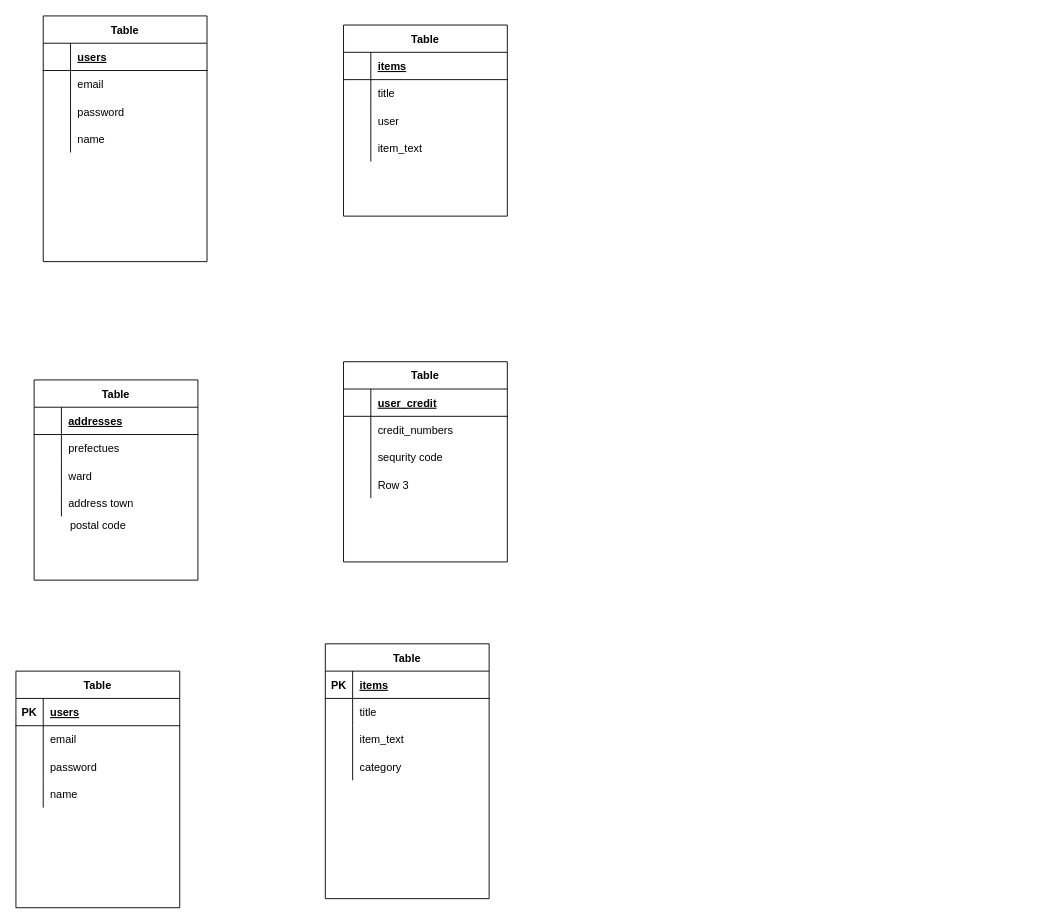
The draw.io diagram test.dio in maepu/furima-36376, before the edit. Source tidied: cells renumbered, new cells numbered last; positions are measured from the earlier drawing's top-left corner, leaving out a move shared by most shapes. Both pictures are drawn from the tidied source at 91%, with x=0, y=0 at pixel (15, 15).
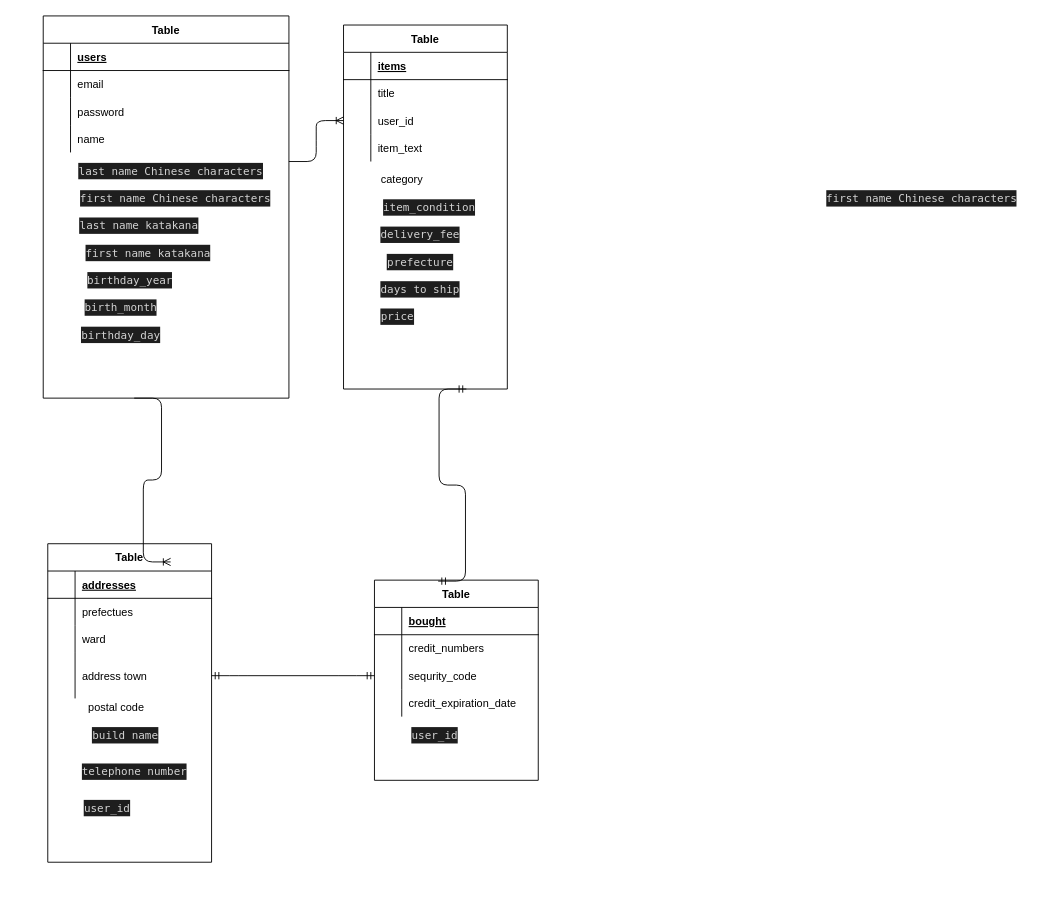
After the change.

The change refers to these unchanged cells:
```xml
<mxCell id="22" style="shape=partialRectangle;fillColor=none;top=0;left=0;bottom=0;right=0;points=[[0,0.5],[1,0.5]];portConstraint=eastwest;" parent="15" vertex="1">
  <mxGeometry y="90" width="180" height="30" as="geometry" />
</mxCell>
<mxCell id="42" style="shape=partialRectangle;fillColor=none;top=0;left=0;bottom=1;right=0;" parent="41" vertex="1">
  <mxGeometry y="30" width="180" height="30" as="geometry" />
</mxCell>
<mxCell id="48" style="shape=partialRectangle;fillColor=none;top=0;left=0;bottom=0;right=0;points=[[0,0.5],[1,0.5]];portConstraint=eastwest;" parent="41" vertex="1">
  <mxGeometry y="90" width="180" height="30" as="geometry" />
</mxCell>
<mxCell id="51" style="shape=partialRectangle;fillColor=none;top=0;left=0;bottom=0;right=0;" parent="41" vertex="1">
  <mxGeometry y="120" width="180" height="30" as="geometry" />
</mxCell>
```

The edit, as a diff of the source:
```diff
@@
     <mxCell id="2" value="Table" style="shape=table;startSize=30;childLayout=tableLayout;rowLines=0;fontStyle=1;align=center;" parent="1" vertex="1">
-      <mxGeometry x="30" width="180" height="270" as="geometry" />
+      <mxGeometry x="30" width="270" height="420" as="geometry" />
     </mxCell>
     <mxCell id="3" style="shape=partialRectangle;fillColor=none;top=0;left=0;bottom=1;right=0;" parent="2" vertex="1">
-      <mxGeometry y="30" width="180" height="30" as="geometry" />
+      <mxGeometry y="30" width="270" height="30" as="geometry" />
     </mxCell>
@@
     <mxCell id="5" value="users" style="shape=partialRectangle;fillColor=none;top=0;left=0;bottom=0;right=0;align=left;spacingLeft=6;fontStyle=5;overflow=hidden;" parent="3" vertex="1">
-      <mxGeometry x="30" width="150" height="30" as="geometry" />
+      <mxGeometry x="30" width="240" height="30" as="geometry" />
     </mxCell>
     <mxCell id="6" style="shape=partialRectangle;fillColor=none;top=0;left=0;bottom=0;right=0;" parent="2" vertex="1">
-      <mxGeometry y="60" width="180" height="30" as="geometry" />
+      <mxGeometry y="60" width="270" height="30" as="geometry" />
     </mxCell>
@@
     <mxCell id="8" value="email" style="shape=partialRectangle;fillColor=none;top=0;left=0;bottom=0;right=0;align=left;spacingLeft=6;overflow=hidden;" parent="6" vertex="1">
-      <mxGeometry x="30" width="150" height="30" as="geometry" />
+      <mxGeometry x="30" width="240" height="30" as="geometry" />
     </mxCell>
     <mxCell id="9" style="shape=partialRectangle;fillColor=none;top=0;left=0;bottom=0;right=0;" parent="2" vertex="1">
-      <mxGeometry y="90" width="180" height="30" as="geometry" />
+      <mxGeometry y="90" width="270" height="30" as="geometry" />
     </mxCell>
@@
     <mxCell id="11" value="password" style="shape=partialRectangle;fillColor=none;top=0;left=0;bottom=0;right=0;align=left;spacingLeft=6;overflow=hidden;" parent="9" vertex="1">
-      <mxGeometry x="30" width="150" height="30" as="geometry" />
+      <mxGeometry x="30" width="240" height="30" as="geometry" />
     </mxCell>
     <mxCell id="12" style="shape=partialRectangle;fillColor=none;top=0;left=0;bottom=0;right=0;" parent="2" vertex="1">
-      <mxGeometry y="120" width="180" height="30" as="geometry" />
+      <mxGeometry y="120" width="270" height="30" as="geometry" />
     </mxCell>
@@
     <mxCell id="14" value="name" style="shape=partialRectangle;fillColor=none;top=0;left=0;bottom=0;right=0;align=left;spacingLeft=6;overflow=hidden;" parent="12" vertex="1">
-      <mxGeometry x="30" width="150" height="30" as="geometry" />
+      <mxGeometry x="30" width="240" height="30" as="geometry" />
     </mxCell>
     <mxCell id="15" value="Table" style="shape=table;startSize=30;childLayout=tableLayout;rowLines=0;fontStyle=1;align=center;" parent="1" vertex="1">
-      <mxGeometry x="360" y="10" width="180" height="210" as="geometry" />
+      <mxGeometry x="360" y="10" width="180" height="400" as="geometry" />
     </mxCell>
@@
-    <mxCell id="24" value="user" style="shape=partialRectangle;fillColor=none;top=0;left=0;bottom=0;right=0;align=left;spacingLeft=6;overflow=hidden;" parent="22" vertex="1">
+    <mxCell id="24" value="user_id" style="shape=partialRectangle;fillColor=none;top=0;left=0;bottom=0;right=0;align=left;spacingLeft=6;overflow=hidden;" parent="22" vertex="1">
       <mxGeometry x="30" width="150" height="30" as="geometry" />
     </mxCell>
@@
     <mxCell id="28" value="Table" style="shape=table;startSize=30;childLayout=tableLayout;rowLines=0;fontStyle=1;align=center;" parent="1" vertex="1">
-      <mxGeometry x="20" y="400" width="180" height="220" as="geometry" />
+      <mxGeometry x="35" y="580" width="180" height="350" as="geometry" />
     </mxCell>
@@
     <mxCell id="38" style="shape=partialRectangle;fillColor=none;top=0;left=0;bottom=0;right=0;points=[[0,0.5],[1,0.5]];portConstraint=eastwest;" parent="28" vertex="1">
-      <mxGeometry y="120" width="180" height="30" as="geometry" />
+      <mxGeometry y="120" width="180" height="50" as="geometry" />
     </mxCell>
     <mxCell id="39" style="shape=partialRectangle;fillColor=none;top=0;left=0;bottom=0;right=0;overflow=hidden;" parent="38" vertex="1">
-      <mxGeometry width="30" height="30" as="geometry" />
+      <mxGeometry width="30" height="50" as="geometry" />
     </mxCell>
     <mxCell id="40" value="address town" style="shape=partialRectangle;fillColor=none;top=0;left=0;bottom=0;right=0;align=left;spacingLeft=6;overflow=hidden;" parent="38" vertex="1">
-      <mxGeometry x="30" width="150" height="30" as="geometry" />
+      <mxGeometry x="30" width="150" height="50" as="geometry" />
     </mxCell>
     <mxCell id="41" value="Table" style="shape=table;startSize=30;childLayout=tableLayout;rowLines=0;fontStyle=1;align=center;" parent="1" vertex="1">
-      <mxGeometry x="360" y="380" width="180" height="220" as="geometry" />
+      <mxGeometry x="394" y="620" width="180" height="220" as="geometry" />
     </mxCell>
@@
-    <mxCell id="44" value="user_credit" style="shape=partialRectangle;fillColor=none;top=0;left=0;bottom=0;right=0;align=left;spacingLeft=6;fontStyle=5;overflow=hidden;" parent="42" vertex="1">
+    <mxCell id="44" value="bought" style="shape=partialRectangle;fillColor=none;top=0;left=0;bottom=0;right=0;align=left;spacingLeft=6;fontStyle=5;overflow=hidden;" parent="42" vertex="1">
       <mxGeometry x="30" width="150" height="30" as="geometry" />
     </mxCell>
@@
-    <mxCell id="50" value="sequrity code" style="shape=partialRectangle;fillColor=none;top=0;left=0;bottom=0;right=0;align=left;spacingLeft=6;overflow=hidden;" parent="48" vertex="1">
+    <mxCell id="50" value="sequrity_code" style="shape=partialRectangle;fillColor=none;top=0;left=0;bottom=0;right=0;align=left;spacingLeft=6;overflow=hidden;" parent="48" vertex="1">
       <mxGeometry x="30" width="150" height="30" as="geometry" />
     </mxCell>
@@
-    <mxCell id="53" value="Row 3" style="shape=partialRectangle;fillColor=none;top=0;left=0;bottom=0;right=0;align=left;spacingLeft=6;overflow=hidden;" parent="51" vertex="1">
+    <mxCell id="53" value="credit_expiration_date" style="shape=partialRectangle;fillColor=none;top=0;left=0;bottom=0;right=0;align=left;spacingLeft=6;overflow=hidden;" parent="51" vertex="1">
       <mxGeometry x="30" width="150" height="30" as="geometry" />
     </mxCell>
     <mxCell id="54" value="postal code&lt;br&gt;" style="text;html=1;align=center;verticalAlign=middle;strokeColor=none;" parent="1" vertex="1">
-      <mxGeometry x="50" y="550" width="80" height="20" as="geometry" />
+      <mxGeometry x="70" y="750" width="80" height="20" as="geometry" />
     </mxCell>
-    <mxCell id="55" value="Table" style="shape=table;startSize=30;childLayout=tableLayout;rowLines=0;fontStyle=1;align=center;" parent="1" vertex="1">
-      <mxGeometry y="720" width="180" height="260" as="geometry" />
-    </mxCell>
-    <mxCell id="56" style="shape=partialRectangle;fillColor=none;top=0;left=0;bottom=1;right=0;" parent="55" vertex="1">
-      <mxGeometry y="30" width="180" height="30" as="geometry" />
-    </mxCell>
-    <mxCell id="57" value="PK" style="shape=partialRectangle;fillColor=none;top=0;left=0;bottom=0;right=0;fontStyle=1;overflow=hidden;" parent="56" vertex="1">
-      <mxGeometry width="30" height="30" as="geometry" />
-    </mxCell>
-    <mxCell id="58" value="users" style="shape=partialRectangle;fillColor=none;top=0;left=0;bottom=0;right=0;align=left;spacingLeft=6;fontStyle=5;overflow=hidden;" parent="56" vertex="1">
-      <mxGeometry x="30" width="150" height="30" as="geometry" />
-    </mxCell>
-    <mxCell id="59" style="shape=partialRectangle;fillColor=none;top=0;left=0;bottom=0;right=0;" parent="55" vertex="1">
-      <mxGeometry y="60" width="180" height="30" as="geometry" />
-    </mxCell>
-    <mxCell id="60" style="shape=partialRectangle;fillColor=none;top=0;left=0;bottom=0;right=0;overflow=hidden;" parent="59" vertex="1">
-      <mxGeometry width="30" height="30" as="geometry" />
-    </mxCell>
-    <mxCell id="61" value="email" style="shape=partialRectangle;fillColor=none;top=0;left=0;bottom=0;right=0;align=left;spacingLeft=6;overflow=hidden;" parent="59" vertex="1">
-      <mxGeometry x="30" width="150" height="30" as="geometry" />
-    </mxCell>
-    <mxCell id="62" style="shape=partialRectangle;fillColor=none;top=0;left=0;bottom=0;right=0;" parent="55" vertex="1">
-      <mxGeometry y="90" width="180" height="30" as="geometry" />
-    </mxCell>
-    <mxCell id="63" style="shape=partialRectangle;fillColor=none;top=0;left=0;bottom=0;right=0;overflow=hidden;" parent="62" vertex="1">
-      <mxGeometry width="30" height="30" as="geometry" />
-    </mxCell>
-    <mxCell id="64" value="password" style="shape=partialRectangle;fillColor=none;top=0;left=0;bottom=0;right=0;align=left;spacingLeft=6;overflow=hidden;" parent="62" vertex="1">
-      <mxGeometry x="30" width="150" height="30" as="geometry" />
-    </mxCell>
-    <mxCell id="65" style="shape=partialRectangle;fillColor=none;top=0;left=0;bottom=0;right=0;" parent="55" vertex="1">
-      <mxGeometry y="120" width="180" height="30" as="geometry" />
-    </mxCell>
-    <mxCell id="66" style="shape=partialRectangle;fillColor=none;top=0;left=0;bottom=0;right=0;overflow=hidden;" parent="65" vertex="1">
-      <mxGeometry width="30" height="30" as="geometry" />
-    </mxCell>
-    <mxCell id="67" value="name" style="shape=partialRectangle;fillColor=none;top=0;left=0;bottom=0;right=0;align=left;spacingLeft=6;overflow=hidden;" parent="65" vertex="1">
-      <mxGeometry x="30" width="150" height="30" as="geometry" />
-    </mxCell>
-    <mxCell id="68" value="Table" style="shape=table;startSize=30;childLayout=tableLayout;rowLines=0;fontStyle=1;align=center;" parent="1" vertex="1">
-      <mxGeometry x="340" y="690" width="180" height="280" as="geometry" />
-    </mxCell>
-    <mxCell id="69" style="shape=partialRectangle;fillColor=none;top=0;left=0;bottom=1;right=0;" parent="68" vertex="1">
-      <mxGeometry y="30" width="180" height="30" as="geometry" />
-    </mxCell>
-    <mxCell id="70" value="PK" style="shape=partialRectangle;fillColor=none;top=0;left=0;bottom=0;right=0;fontStyle=1;overflow=hidden;" parent="69" vertex="1">
-      <mxGeometry width="30" height="30" as="geometry" />
-    </mxCell>
-    <mxCell id="71" value="items" style="shape=partialRectangle;fillColor=none;top=0;left=0;bottom=0;right=0;align=left;spacingLeft=6;fontStyle=5;overflow=hidden;" parent="69" vertex="1">
-      <mxGeometry x="30" width="150" height="30" as="geometry" />
-    </mxCell>
-    <mxCell id="72" style="shape=partialRectangle;fillColor=none;top=0;left=0;bottom=0;right=0;" parent="68" vertex="1">
-      <mxGeometry y="60" width="180" height="30" as="geometry" />
-    </mxCell>
-    <mxCell id="73" style="shape=partialRectangle;fillColor=none;top=0;left=0;bottom=0;right=0;overflow=hidden;" parent="72" vertex="1">
-      <mxGeometry width="30" height="30" as="geometry" />
-    </mxCell>
-    <mxCell id="74" value="title" style="shape=partialRectangle;fillColor=none;top=0;left=0;bottom=0;right=0;align=left;spacingLeft=6;overflow=hidden;" parent="72" vertex="1">
-      <mxGeometry x="30" width="150" height="30" as="geometry" />
-    </mxCell>
-    <mxCell id="75" style="shape=partialRectangle;fillColor=none;top=0;left=0;bottom=0;right=0;" parent="68" vertex="1">
-      <mxGeometry y="90" width="180" height="30" as="geometry" />
-    </mxCell>
-    <mxCell id="76" style="shape=partialRectangle;fillColor=none;top=0;left=0;bottom=0;right=0;overflow=hidden;" parent="75" vertex="1">
-      <mxGeometry width="30" height="30" as="geometry" />
-    </mxCell>
-    <mxCell id="77" value="item_text" style="shape=partialRectangle;fillColor=none;top=0;left=0;bottom=0;right=0;align=left;spacingLeft=6;overflow=hidden;" parent="75" vertex="1">
-      <mxGeometry x="30" width="150" height="30" as="geometry" />
-    </mxCell>
-    <mxCell id="78" style="shape=partialRectangle;fillColor=none;top=0;left=0;bottom=0;right=0;" parent="68" vertex="1">
-      <mxGeometry y="120" width="180" height="30" as="geometry" />
-    </mxCell>
-    <mxCell id="79" style="shape=partialRectangle;fillColor=none;top=0;left=0;bottom=0;right=0;overflow=hidden;" parent="78" vertex="1">
-      <mxGeometry width="30" height="30" as="geometry" />
-    </mxCell>
+    <mxCell id="81" style="edgeStyle=entityRelationEdgeStyle;fontSize=12;html=1;endArrow=ERoneToMany;entryX=0;entryY=0.5;entryDx=0;entryDy=0;" parent="1" edge="1" target="22">
+      <mxGeometry relative="1" as="geometry">
+        <mxPoint x="300" y="160" as="sourcePoint" />
+      </mxGeometry>
+    </mxCell>
+    <mxCell id="82" style="edgeStyle=entityRelationEdgeStyle;fontSize=12;html=1;endArrow=ERoneToMany;" parent="1" edge="1">
+      <mxGeometry relative="1" as="geometry">
+        <mxPoint x="130" y="420" as="sourcePoint" />
+        <mxPoint x="170" y="600" as="targetPoint" />
+      </mxGeometry>
+    </mxCell>
+    <mxCell id="83" style="edgeStyle=entityRelationEdgeStyle;fontSize=12;html=1;endArrow=ERmandOne;startArrow=ERmandOne;exitX=0.389;exitY=0.005;exitDx=0;exitDy=0;exitPerimeter=0;entryX=0.75;entryY=1;entryDx=0;entryDy=0;" parent="1" edge="1" source="41" target="15">
+      <mxGeometry relative="1" as="geometry" />
+    </mxCell>
+    <mxCell id="84" style="edgeStyle=entityRelationEdgeStyle;fontSize=12;html=1;endArrow=ERmandOne;startArrow=ERmandOne;entryX=0;entryY=0.5;entryDx=0;entryDy=0;exitX=1;exitY=0.5;exitDx=0;exitDy=0;" parent="1" edge="1" source="38" target="48">
+      <mxGeometry relative="1" as="geometry" />
+    </mxCell>
+    <mxCell id="85" value="&lt;div style=&quot;color: rgb(212 , 212 , 212) ; background-color: rgb(30 , 30 , 30) ; font-family: &amp;#34;menlo&amp;#34; , &amp;#34;monaco&amp;#34; , &amp;#34;courier new&amp;#34; , monospace ; line-height: 18px&quot;&gt;last name Chinese characters&lt;/div&gt;" style="text;html=1;align=center;verticalAlign=middle;strokeColor=none;" parent="1" vertex="1">
+      <mxGeometry x="60" y="160" width="220" height="20" as="geometry" />
+    </mxCell>
+    <mxCell id="86" value="&lt;div style=&quot;color: rgb(212 , 212 , 212) ; background-color: rgb(30 , 30 , 30) ; font-family: &amp;#34;menlo&amp;#34; , &amp;#34;monaco&amp;#34; , &amp;#34;courier new&amp;#34; , monospace ; line-height: 18px&quot;&gt;first name Chinese characters&lt;/div&gt;" style="text;html=1;align=center;verticalAlign=middle;strokeColor=none;" parent="1" vertex="1">
+      <mxGeometry x="880" y="190" width="230" height="20" as="geometry" />
+    </mxCell>
+    <mxCell id="87" value="&lt;div style=&quot;color: rgb(212 , 212 , 212) ; background-color: rgb(30 , 30 , 30) ; font-family: &amp;#34;menlo&amp;#34; , &amp;#34;monaco&amp;#34; , &amp;#34;courier new&amp;#34; , monospace ; line-height: 18px&quot;&gt;first name Chinese characters&lt;/div&gt;" style="text;html=1;align=center;verticalAlign=middle;strokeColor=none;" parent="1" vertex="1">
+      <mxGeometry x="60" y="190" width="230" height="20" as="geometry" />
+    </mxCell>
+    <mxCell id="88" value="&lt;div style=&quot;color: rgb(212 , 212 , 212) ; background-color: rgb(30 , 30 , 30) ; font-family: &amp;#34;menlo&amp;#34; , &amp;#34;monaco&amp;#34; , &amp;#34;courier new&amp;#34; , monospace ; line-height: 18px&quot;&gt;last name katakana&lt;/div&gt;" style="text;html=1;align=center;verticalAlign=middle;strokeColor=none;" parent="1" vertex="1">
+      <mxGeometry x="60" y="220" width="150" height="20" as="geometry" />
+    </mxCell>
+    <mxCell id="89" value="&lt;div style=&quot;color: rgb(212 , 212 , 212) ; background-color: rgb(30 , 30 , 30) ; font-family: &amp;#34;menlo&amp;#34; , &amp;#34;monaco&amp;#34; , &amp;#34;courier new&amp;#34; , monospace ; line-height: 18px&quot;&gt;first name katakana&lt;/div&gt;" style="text;html=1;align=center;verticalAlign=middle;strokeColor=none;" parent="1" vertex="1">
+      <mxGeometry x="70" y="250" width="150" height="20" as="geometry" />
+    </mxCell>
+    <mxCell id="90" value="&lt;div style=&quot;color: rgb(212 , 212 , 212) ; background-color: rgb(30 , 30 , 30) ; font-family: &amp;#34;menlo&amp;#34; , &amp;#34;monaco&amp;#34; , &amp;#34;courier new&amp;#34; , monospace ; line-height: 18px&quot;&gt;birthday_year&lt;/div&gt;" style="text;html=1;align=center;verticalAlign=middle;strokeColor=none;" parent="1" vertex="1">
+      <mxGeometry x="70" y="280" width="110" height="20" as="geometry" />
+    </mxCell>
+    <mxCell id="91" value="&lt;div style=&quot;color: rgb(212 , 212 , 212) ; background-color: rgb(30 , 30 , 30) ; font-family: &amp;#34;menlo&amp;#34; , &amp;#34;monaco&amp;#34; , &amp;#34;courier new&amp;#34; , monospace ; line-height: 18px&quot;&gt;birth_month&lt;/div&gt;" style="text;html=1;align=center;verticalAlign=middle;strokeColor=none;" parent="1" vertex="1">
+      <mxGeometry x="70" y="310" width="90" height="20" as="geometry" />
+    </mxCell>
+    <mxCell id="92" value="&lt;div style=&quot;color: rgb(212 , 212 , 212) ; background-color: rgb(30 , 30 , 30) ; font-family: &amp;#34;menlo&amp;#34; , &amp;#34;monaco&amp;#34; , &amp;#34;courier new&amp;#34; , monospace ; line-height: 18px&quot;&gt;birthday_day&lt;/div&gt;" style="text;html=1;align=center;verticalAlign=middle;strokeColor=none;" parent="1" vertex="1">
+      <mxGeometry x="65" y="340" width="100" height="20" as="geometry" />
+    </mxCell>
-    <mxCell id="80" value="category" style="shape=partialRectangle;fillColor=none;top=0;left=0;bottom=0;right=0;align=left;spacingLeft=6;overflow=hidden;" parent="78" vertex="1">
-      <mxGeometry x="30" width="150" height="30" as="geometry" />
+    <mxCell id="80" value="category" style="text;html=1;align=center;verticalAlign=middle;strokeColor=none;" parent="1" vertex="1">
+      <mxGeometry x="394" y="170" width="60" height="20" as="geometry" />
     </mxCell>
+    <mxCell id="93" value="&lt;div style=&quot;color: rgb(212 , 212 , 212) ; background-color: rgb(30 , 30 , 30) ; font-family: &amp;#34;menlo&amp;#34; , &amp;#34;monaco&amp;#34; , &amp;#34;courier new&amp;#34; , monospace ; line-height: 18px&quot;&gt;item_condition&lt;/div&gt;" style="text;html=1;align=center;verticalAlign=middle;strokeColor=none;" parent="1" vertex="1">
+      <mxGeometry x="394" y="200" width="120" height="20" as="geometry" />
+    </mxCell>
+    <mxCell id="94" value="&lt;div style=&quot;color: rgb(212 , 212 , 212) ; background-color: rgb(30 , 30 , 30) ; font-family: &amp;#34;menlo&amp;#34; , &amp;#34;monaco&amp;#34; , &amp;#34;courier new&amp;#34; , monospace ; line-height: 18px&quot;&gt;delivery_fee&lt;/div&gt;" style="text;html=1;align=center;verticalAlign=middle;strokeColor=none;" parent="1" vertex="1">
+      <mxGeometry x="394" y="230" width="100" height="20" as="geometry" />
+    </mxCell>
+    <mxCell id="95" value="&lt;div style=&quot;color: rgb(212 , 212 , 212) ; background-color: rgb(30 , 30 , 30) ; font-family: &amp;#34;menlo&amp;#34; , &amp;#34;monaco&amp;#34; , &amp;#34;courier new&amp;#34; , monospace ; line-height: 18px&quot;&gt;prefecture&lt;/div&gt;" style="text;html=1;align=center;verticalAlign=middle;strokeColor=none;" parent="1" vertex="1">
+      <mxGeometry x="399" y="260" width="90" height="20" as="geometry" />
+    </mxCell>
+    <mxCell id="96" value="&lt;div style=&quot;color: rgb(212 , 212 , 212) ; background-color: rgb(30 , 30 , 30) ; font-family: &amp;#34;menlo&amp;#34; , &amp;#34;monaco&amp;#34; , &amp;#34;courier new&amp;#34; , monospace ; line-height: 18px&quot;&gt;days to ship&lt;/div&gt;" style="text;html=1;align=center;verticalAlign=middle;strokeColor=none;" parent="1" vertex="1">
+      <mxGeometry x="394" y="290" width="100" height="20" as="geometry" />
+    </mxCell>
+    <mxCell id="97" value="&lt;div style=&quot;color: rgb(212 , 212 , 212) ; background-color: rgb(30 , 30 , 30) ; font-family: &amp;#34;menlo&amp;#34; , &amp;#34;monaco&amp;#34; , &amp;#34;courier new&amp;#34; , monospace ; line-height: 18px&quot;&gt;price&lt;/div&gt;" style="text;html=1;align=center;verticalAlign=middle;strokeColor=none;" parent="1" vertex="1">
+      <mxGeometry x="394" y="320" width="50" height="20" as="geometry" />
+    </mxCell>
+    <mxCell id="98" value="&lt;div style=&quot;color: rgb(212 , 212 , 212) ; background-color: rgb(30 , 30 , 30) ; font-family: &amp;#34;menlo&amp;#34; , &amp;#34;monaco&amp;#34; , &amp;#34;courier new&amp;#34; , monospace ; line-height: 18px&quot;&gt;&lt;br&gt;&lt;/div&gt;&lt;div style=&quot;color: rgb(212 , 212 , 212) ; background-color: rgb(30 , 30 , 30) ; font-family: &amp;#34;menlo&amp;#34; , &amp;#34;monaco&amp;#34; , &amp;#34;courier new&amp;#34; , monospace ; line-height: 18px&quot;&gt;&lt;br&gt;&lt;/div&gt;" style="text;html=1;align=center;verticalAlign=middle;strokeColor=none;" parent="1" vertex="1">
+      <mxGeometry x="100" y="770" width="20" height="40" as="geometry" />
+    </mxCell>
+    <mxCell id="99" value="&lt;div style=&quot;color: rgb(212 , 212 , 212) ; background-color: rgb(30 , 30 , 30) ; font-family: &amp;#34;menlo&amp;#34; , &amp;#34;monaco&amp;#34; , &amp;#34;courier new&amp;#34; , monospace ; line-height: 18px&quot;&gt;telephone number&lt;/div&gt;" style="text;html=1;align=center;verticalAlign=middle;strokeColor=none;" parent="1" vertex="1">
+      <mxGeometry x="65" y="820" width="130" height="20" as="geometry" />
+    </mxCell>
+    <mxCell id="100" value="&lt;div style=&quot;color: rgb(212 , 212 , 212) ; background-color: rgb(30 , 30 , 30) ; font-family: &amp;#34;menlo&amp;#34; , &amp;#34;monaco&amp;#34; , &amp;#34;courier new&amp;#34; , monospace ; line-height: 18px&quot;&gt;user_id&lt;/div&gt;" style="text;html=1;align=center;verticalAlign=middle;strokeColor=none;" parent="1" vertex="1">
+      <mxGeometry x="65" y="860" width="70" height="20" as="geometry" />
+    </mxCell>
+    <mxCell id="101" value="&lt;div style=&quot;color: rgb(212 , 212 , 212) ; background-color: rgb(30 , 30 , 30) ; font-family: &amp;#34;menlo&amp;#34; , &amp;#34;monaco&amp;#34; , &amp;#34;courier new&amp;#34; , monospace ; line-height: 18px&quot;&gt;user_id&lt;/div&gt;" style="text;html=1;align=center;verticalAlign=middle;strokeColor=none;" parent="1" vertex="1">
+      <mxGeometry x="425" y="780" width="70" height="20" as="geometry" />
+    </mxCell>
+    <mxCell id="102" value="&lt;div style=&quot;color: rgb(212 , 212 , 212) ; background-color: rgb(30 , 30 , 30) ; font-family: &amp;#34;menlo&amp;#34; , &amp;#34;monaco&amp;#34; , &amp;#34;courier new&amp;#34; , monospace ; line-height: 18px&quot;&gt;build name &lt;/div&gt;" style="text;html=1;align=center;verticalAlign=middle;strokeColor=none;" parent="1" vertex="1">
+      <mxGeometry x="75" y="780" width="90" height="20" as="geometry" />
+    </mxCell>
```
